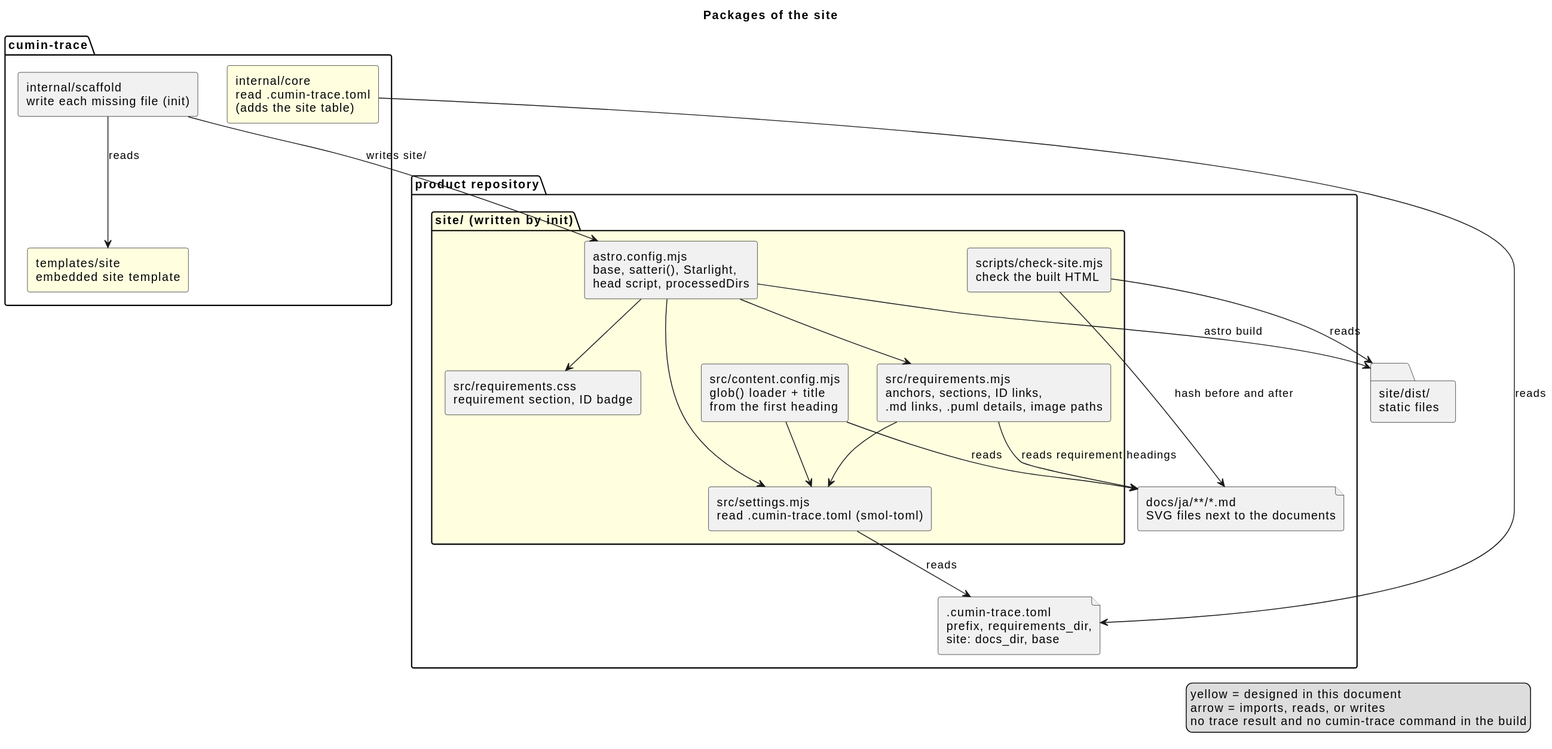
This is docs/ja/designs/site/site-packages.svg from cloveclovedev/cumin-trace, a PlantUML export, as it was before one commit.
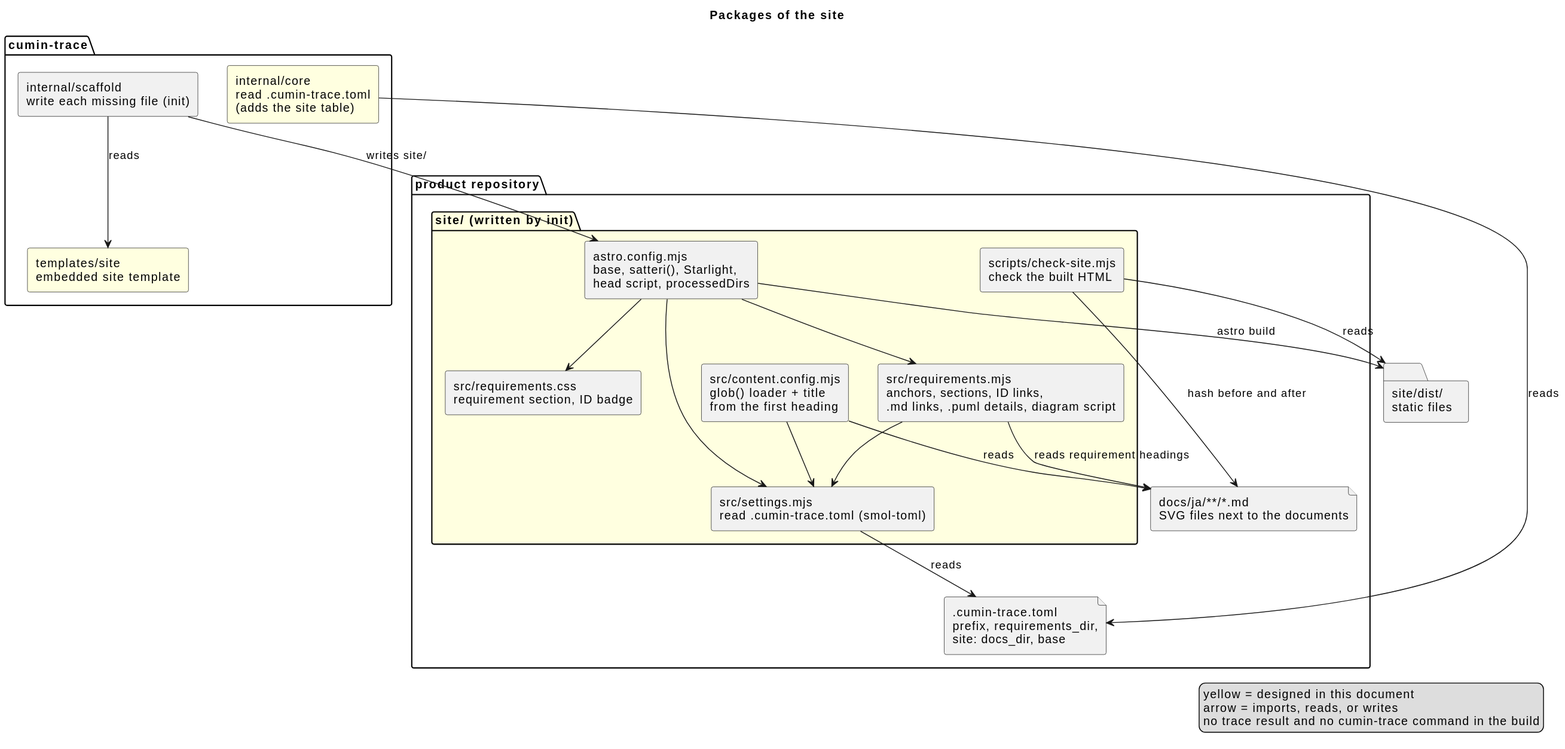
Above is the later version.

Commit message:
feat(site): show the SVG diagrams in the pages, and open a diagram on a click (#116)

What changed in the source:
```diff
@@ -16,7 +16,7 @@
     [astro.config.mjs\nbase, satteri(), Starlight,\nhead script, processedDirs] as config
     [src/settings.mjs\nread .cumin-trace.toml (smol-toml)] as settings
     [src/content.config.mjs\nglob() loader + title\nfrom the first heading] as loader
-    [src/requirements.mjs\nanchors, sections, ID links,\n.md links, .puml details, image paths] as remark
+    [src/requirements.mjs\nanchors, sections, ID links,\n.md links, .puml details, diagram script] as remark
     [src/requirements.css\nrequirement section, ID badge] as css
     [scripts/check-site.mjs\ncheck the built HTML] as check
   }
```
